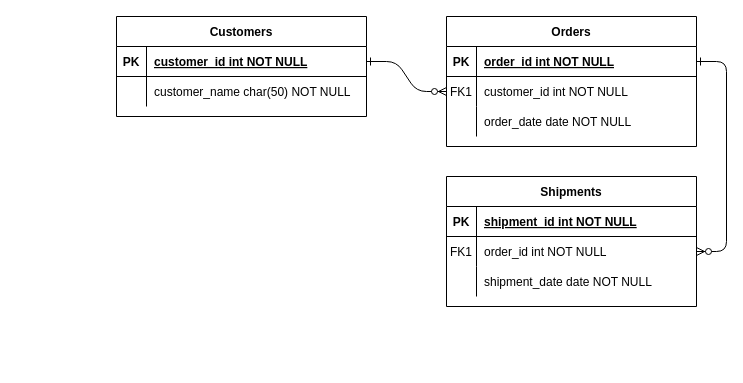
Before: Untitled Diagram.drawio in nwmansoor/DBMS, a draw.io diagram. Source tidied: cells renumbered, new cells numbered last; positions are measured from the earlier drawing's top-left corner, leaving out a move shared by most shapes. Both pictures are drawn from the tidied source at 100%, with x=0, y=0 at pixel (116, 16).
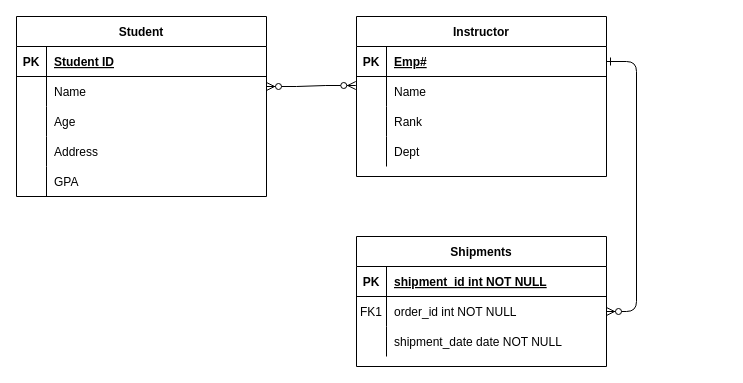
The same diagram, later.

Commit message:
Lab 1 - ERD

The change refers to these unchanged cells:
```xml
<mxCell id="5" style="shape=partialRectangle;fillColor=none;points=[[0,0.5],[1,0.5]];portConstraint=eastwest;top=0;left=0;right=0;bottom=1;" parent="4" vertex="1">
  <mxGeometry y="30" width="250" height="30" as="geometry" />
</mxCell>
<mxCell id="8" style="shape=partialRectangle;fillColor=none;points=[[0,0.5],[1,0.5]];portConstraint=eastwest;top=0;left=0;right=0;bottom=0;" parent="4" vertex="1">
  <mxGeometry y="60" width="250" height="30" as="geometry" />
</mxCell>
<mxCell id="11" style="shape=partialRectangle;fillColor=none;top=0;left=0;right=0;bottom=0;" parent="4" vertex="1">
  <mxGeometry y="90" width="250" height="30" as="geometry" />
</mxCell>
<mxCell id="25" style="shape=partialRectangle;fillColor=none;points=[[0,0.5],[1,0.5]];portConstraint=eastwest;top=0;left=0;right=0;bottom=1;" parent="24" vertex="1">
  <mxGeometry y="30" width="250" height="30" as="geometry" />
</mxCell>
<mxCell id="28" style="shape=partialRectangle;fillColor=none;top=0;left=0;right=0;bottom=0;" parent="24" vertex="1">
  <mxGeometry y="60" width="250" height="30" as="geometry" />
</mxCell>
```

What changed in the source:
```diff
@@
-    <mxCell id="2" style="edgeStyle=entityRelationEdgeStyle;endArrow=ERzeroToMany;startArrow=ERone;endFill=1;startFill=0;" parent="1" edge="1" source="25" target="8">
-      <mxGeometry relative="1" as="geometry" />
-    </mxCell>
@@
-    <mxCell id="4" value="Orders" style="shape=table;startSize=30;childLayout=tableLayout;rowLines=0;fontStyle=1;align=center;" parent="1" vertex="1">
-      <mxGeometry x="330" width="250" height="130" as="geometry" />
+    <mxCell id="4" value="Instructor" style="shape=table;startSize=30;childLayout=tableLayout;rowLines=0;fontStyle=1;align=center;" parent="1" vertex="1">
+      <mxGeometry x="240" width="250" height="160" as="geometry" />
     </mxCell>
@@
-    <mxCell id="7" value="order_id int NOT NULL " style="shape=partialRectangle;overflow=hidden;fillColor=none;top=0;left=0;bottom=0;right=0;align=left;spacingLeft=6;fontStyle=5;" parent="5" vertex="1">
+    <mxCell id="7" value="Emp#" style="shape=partialRectangle;overflow=hidden;fillColor=none;top=0;left=0;bottom=0;right=0;align=left;spacingLeft=6;fontStyle=5;" parent="5" vertex="1">
       <mxGeometry x="30" width="220" height="30" as="geometry" />
     </mxCell>
@@
-    <mxCell id="9" value="FK1" style="shape=partialRectangle;overflow=hidden;fillColor=none;top=0;left=0;bottom=0;right=0;" parent="8" vertex="1">
+    <mxCell id="9" style="shape=partialRectangle;overflow=hidden;fillColor=none;top=0;left=0;bottom=0;right=0;" parent="8" vertex="1">
       <mxGeometry width="30" height="30" as="geometry" />
     </mxCell>
-    <mxCell id="10" value="customer_id int NOT NULL" style="shape=partialRectangle;overflow=hidden;fillColor=none;top=0;left=0;bottom=0;right=0;align=left;spacingLeft=6;" parent="8" vertex="1">
+    <mxCell id="10" value="Name" style="shape=partialRectangle;overflow=hidden;fillColor=none;top=0;left=0;bottom=0;right=0;align=left;spacingLeft=6;" parent="8" vertex="1">
       <mxGeometry x="30" width="220" height="30" as="geometry" />
     </mxCell>
@@
-    <mxCell id="13" value="order_date date NOT NULL" style="shape=partialRectangle;overflow=hidden;fillColor=none;top=0;left=0;bottom=0;right=0;align=left;spacingLeft=6;" parent="11" vertex="1">
+    <mxCell id="13" value="Rank" style="shape=partialRectangle;overflow=hidden;fillColor=none;top=0;left=0;bottom=0;right=0;align=left;spacingLeft=6;" parent="11" vertex="1">
       <mxGeometry x="30" width="220" height="30" as="geometry" />
     </mxCell>
+    <mxCell id="31" style="shape=partialRectangle;fillColor=none;top=0;left=0;right=0;bottom=0;" parent="4" vertex="1">
+      <mxGeometry y="120" width="250" height="30" as="geometry" />
+    </mxCell>
+    <mxCell id="32" style="shape=partialRectangle;overflow=hidden;fillColor=none;top=0;left=0;bottom=0;right=0;" parent="31" vertex="1">
+      <mxGeometry width="30" height="30" as="geometry" />
+    </mxCell>
+    <mxCell id="33" value="Dept" style="shape=partialRectangle;overflow=hidden;fillColor=none;top=0;left=0;bottom=0;right=0;align=left;spacingLeft=6;" parent="31" vertex="1">
+      <mxGeometry x="30" width="220" height="30" as="geometry" />
+    </mxCell>
     <mxCell id="14" value="Shipments" style="shape=table;startSize=30;childLayout=tableLayout;rowLines=0;fontStyle=1;align=center;" parent="1" vertex="1">
-      <mxGeometry x="330" y="160" width="250" height="130" as="geometry" />
+      <mxGeometry x="240" y="220" width="250" height="130" as="geometry" />
     </mxCell>
@@
-    <mxCell id="24" value="Customers" style="shape=table;startSize=30;childLayout=tableLayout;rowLines=0;fontStyle=1;align=center;" parent="1" vertex="1">
-      <mxGeometry width="250" height="100" as="geometry" />
+    <mxCell id="24" value="Student" style="shape=table;startSize=30;childLayout=tableLayout;rowLines=0;fontStyle=1;align=center;" parent="1" vertex="1">
+      <mxGeometry x="-100" width="250" height="180" as="geometry" />
     </mxCell>
@@
-    <mxCell id="27" value="customer_id int NOT NULL " style="shape=partialRectangle;overflow=hidden;fillColor=none;top=0;left=0;bottom=0;right=0;align=left;spacingLeft=6;fontStyle=5;" parent="25" vertex="1">
+    <mxCell id="27" value="Student ID" style="shape=partialRectangle;overflow=hidden;fillColor=none;top=0;left=0;bottom=0;right=0;align=left;spacingLeft=6;fontStyle=5;" parent="25" vertex="1">
       <mxGeometry x="30" width="220" height="30" as="geometry" />
     </mxCell>
@@
-    <mxCell id="30" value="customer_name char(50) NOT NULL" style="shape=partialRectangle;overflow=hidden;fillColor=none;top=0;left=0;bottom=0;right=0;align=left;spacingLeft=6;" parent="28" vertex="1">
+    <mxCell id="30" value="Name" style="shape=partialRectangle;overflow=hidden;fillColor=none;top=0;left=0;bottom=0;right=0;align=left;spacingLeft=6;" parent="28" vertex="1">
       <mxGeometry x="30" width="220" height="30" as="geometry" />
     </mxCell>
+    <mxCell id="34" style="shape=partialRectangle;fillColor=none;top=0;left=0;right=0;bottom=0;" parent="24" vertex="1">
+      <mxGeometry y="90" width="250" height="30" as="geometry" />
+    </mxCell>
+    <mxCell id="35" style="shape=partialRectangle;overflow=hidden;fillColor=none;top=0;left=0;bottom=0;right=0;" parent="34" vertex="1">
+      <mxGeometry width="30" height="30" as="geometry" />
+    </mxCell>
+    <mxCell id="36" value="Age" style="shape=partialRectangle;overflow=hidden;fillColor=none;top=0;left=0;bottom=0;right=0;align=left;spacingLeft=6;" parent="34" vertex="1">
+      <mxGeometry x="30" width="220" height="30" as="geometry" />
+    </mxCell>
+    <mxCell id="37" style="shape=partialRectangle;fillColor=none;top=0;left=0;right=0;bottom=0;" parent="24" vertex="1">
+      <mxGeometry y="120" width="250" height="30" as="geometry" />
+    </mxCell>
+    <mxCell id="38" style="shape=partialRectangle;overflow=hidden;fillColor=none;top=0;left=0;bottom=0;right=0;" parent="37" vertex="1">
+      <mxGeometry width="30" height="30" as="geometry" />
+    </mxCell>
+    <mxCell id="39" value="Address" style="shape=partialRectangle;overflow=hidden;fillColor=none;top=0;left=0;bottom=0;right=0;align=left;spacingLeft=6;" parent="37" vertex="1">
+      <mxGeometry x="30" width="220" height="30" as="geometry" />
+    </mxCell>
+    <mxCell id="40" style="shape=partialRectangle;fillColor=none;top=0;left=0;right=0;bottom=0;" parent="24" vertex="1">
+      <mxGeometry y="150" width="250" height="30" as="geometry" />
+    </mxCell>
+    <mxCell id="41" style="shape=partialRectangle;overflow=hidden;fillColor=none;top=0;left=0;bottom=0;right=0;" parent="40" vertex="1">
+      <mxGeometry width="30" height="30" as="geometry" />
+    </mxCell>
+    <mxCell id="42" value="GPA" style="shape=partialRectangle;overflow=hidden;fillColor=none;top=0;left=0;bottom=0;right=0;align=left;spacingLeft=6;" parent="40" vertex="1">
+      <mxGeometry x="30" width="220" height="30" as="geometry" />
+    </mxCell>
+    <mxCell id="43" style="edgeStyle=entityRelationEdgeStyle;fontSize=12;html=1;endArrow=ERzeroToMany;endFill=1;startArrow=ERzeroToMany;rounded=0;entryX=-0.003;entryY=0.3;entryDx=0;entryDy=0;entryPerimeter=0;" parent="1" edge="1" target="8">
+      <mxGeometry relative="1" as="geometry">
+        <mxPoint x="150" y="70" as="sourcePoint" />
+        <Array as="points">
+          <mxPoint x="270" y="30" />
+        </Array>
+      </mxGeometry>
+    </mxCell>
```
